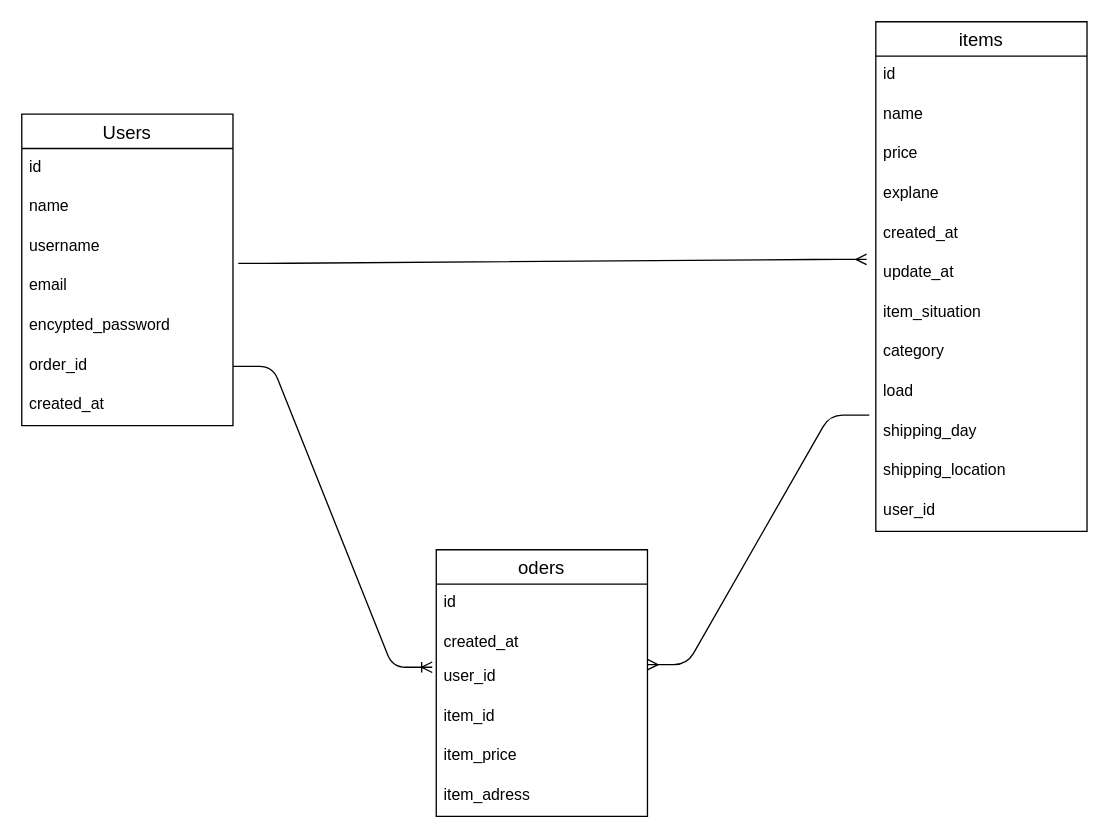
Above: test.dio in yuuuuuuuka/furima-41437 (draw.io), before the change. Source tidied: cells renumbered, new cells numbered last; positions are measured from the earlier drawing's top-left corner, leaving out a move shared by most shapes. Both pictures are drawn from the tidied source at 132%, with x=0, y=0 at pixel (21, 21).
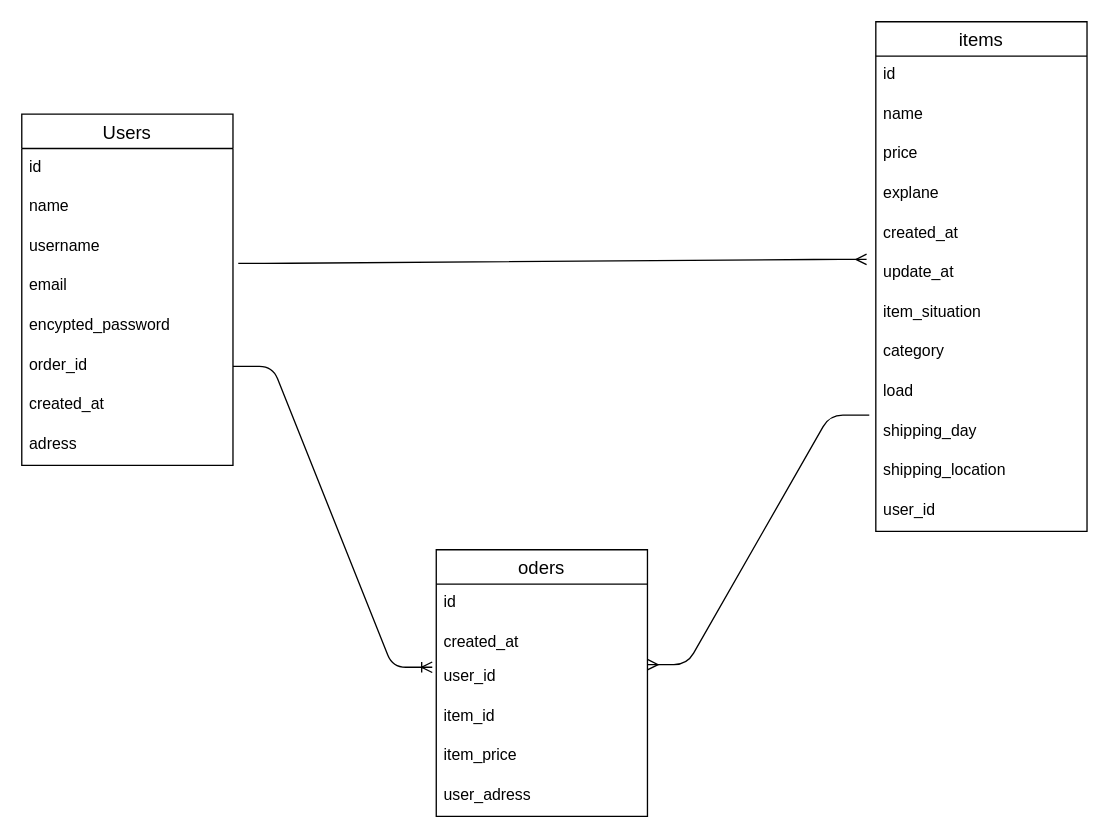
The same diagram, later.

Commit message (it also covers changes not shown here):
ER図・READAMEの設計

Unchanged cells that the change refers to:
```xml
<mxCell id="10" value="oders" style="swimlane;fontStyle=0;horizontal=1;startSize=26;align=center;fontSize=14;" parent="1" vertex="1">
  <mxGeometry x="314" y="400" width="160" height="202" as="geometry" />
</mxCell>
```

The edit, as a diff of the source:
```diff
@@
     <mxCell id="2" value="Users" style="swimlane;fontStyle=0;horizontal=1;startSize=26;align=center;fontSize=14;" parent="1" vertex="1">
-      <mxGeometry y="70" width="160" height="236" as="geometry" />
+      <mxGeometry y="70" width="160" height="266" as="geometry" />
     </mxCell>
@@
+    <mxCell id="33" value="adress" style="text;strokeColor=none;fillColor=none;spacingLeft=4;spacingRight=4;overflow=hidden;fontSize=12;" parent="2" vertex="1">
+      <mxGeometry y="236" width="160" height="30" as="geometry" />
+    </mxCell>
@@
-    <mxCell id="16" value="item_adress" style="text;strokeColor=none;fillColor=none;spacingLeft=4;spacingRight=4;overflow=hidden;fontSize=12;" parent="10" vertex="1">
-      <mxGeometry y="172" width="160" height="30" as="geometry" />
-    </mxCell>
+    <mxCell id="34" value="user_adress" style="text;strokeColor=none;fillColor=none;spacingLeft=4;spacingRight=4;overflow=hidden;fontSize=12;" parent="10" vertex="1">
+      <mxGeometry y="172" width="160" height="30" as="geometry" />
+    </mxCell>
```
